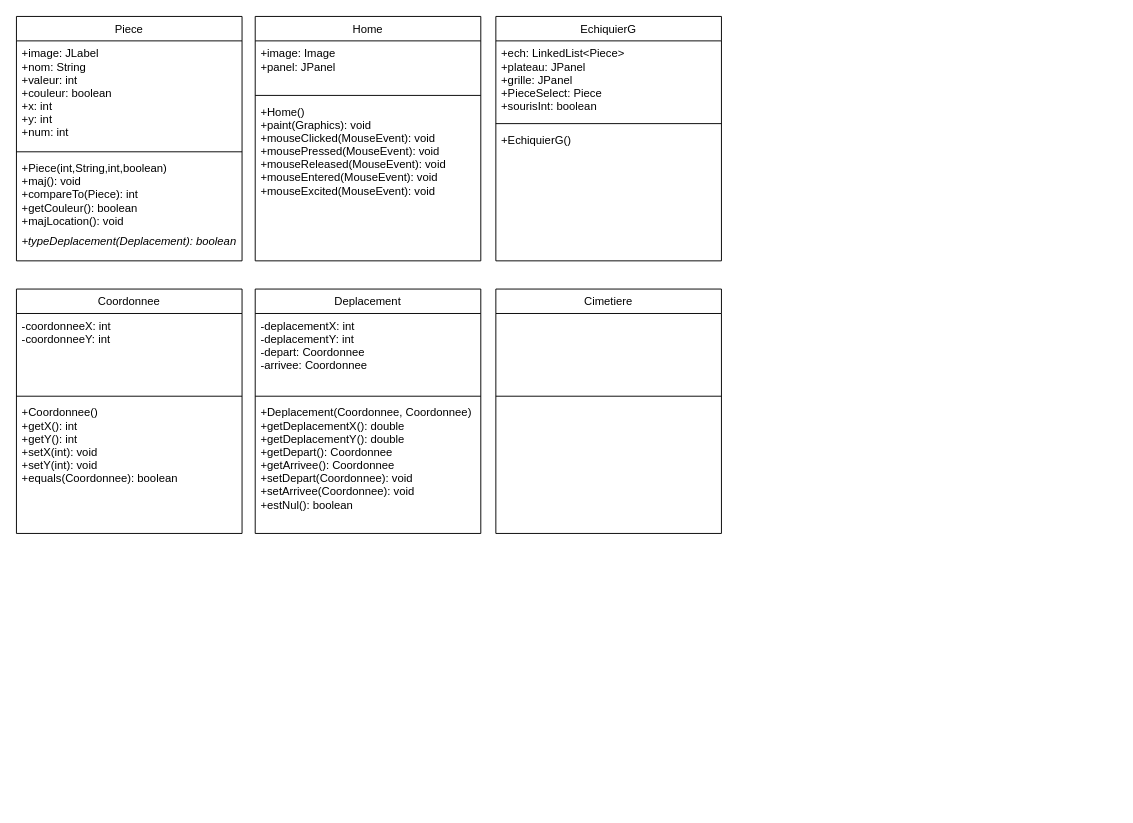
Before: Untitled Diagram.drawio in HillelPa/chess, a draw.io diagram. Source tidied: cells renumbered, new cells numbered last; positions are measured from the earlier drawing's top-left corner, leaving out a move shared by most shapes. Both pictures are drawn from the tidied source at 94%, with x=0, y=0 at pixel (16, 16).
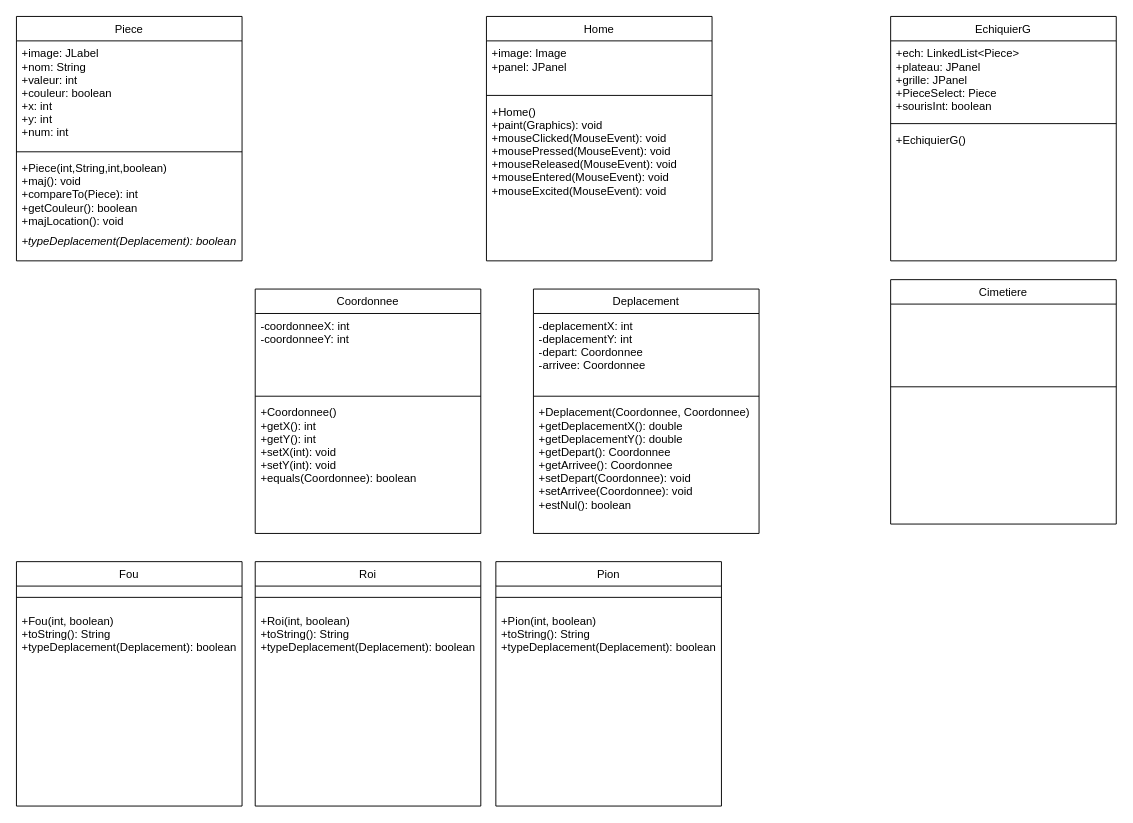
The same diagram, later.

What changed in the source:
```diff
@@
     <mxCell id="7" value="Home" style="swimlane;fontStyle=0;align=center;verticalAlign=top;horizontal=1;startSize=26;rounded=0;shadow=0;strokeWidth=1;" parent="1" vertex="1">
-      <mxGeometry x="254" width="240" height="260" as="geometry" />
+      <mxGeometry x="500" width="240" height="260" as="geometry" />
     </mxCell>
@@
     <mxCell id="11" value="EchiquierG" style="swimlane;fontStyle=0;align=center;verticalAlign=top;horizontal=1;startSize=26;rounded=0;shadow=0;strokeWidth=1;" parent="1" vertex="1">
-      <mxGeometry x="510" width="240" height="260" as="geometry" />
+      <mxGeometry x="930" width="240" height="260" as="geometry" />
     </mxCell>
@@
     <mxCell id="15" value="Coordonnee" style="swimlane;fontStyle=0;align=center;verticalAlign=top;horizontal=1;startSize=26;rounded=0;shadow=0;strokeWidth=1;" parent="1" vertex="1">
-      <mxGeometry y="290" width="240" height="260" as="geometry" />
+      <mxGeometry x="254" y="290" width="240" height="260" as="geometry" />
     </mxCell>
@@
     <mxCell id="19" value="Deplacement" style="swimlane;fontStyle=0;align=center;verticalAlign=top;horizontal=1;startSize=26;rounded=0;shadow=0;strokeWidth=1;" parent="1" vertex="1">
-      <mxGeometry x="254" y="290" width="240" height="260" as="geometry" />
+      <mxGeometry x="550" y="290" width="240" height="260" as="geometry" />
     </mxCell>
@@
     <mxCell id="23" value="Cimetiere" style="swimlane;fontStyle=0;align=center;verticalAlign=top;horizontal=1;startSize=26;rounded=0;shadow=0;strokeWidth=1;" parent="1" vertex="1">
-      <mxGeometry x="510" y="290" width="240" height="260" as="geometry" />
+      <mxGeometry x="930" y="280" width="240" height="260" as="geometry" />
     </mxCell>
@@
+    <mxCell id="26" value="Fou" style="swimlane;fontStyle=0;align=center;verticalAlign=top;horizontal=1;startSize=26;rounded=0;shadow=0;strokeWidth=1;" parent="1" vertex="1">
+      <mxGeometry y="580" width="240" height="260" as="geometry" />
+    </mxCell>
+    <mxCell id="27" style="line;html=1;strokeWidth=1;align=left;verticalAlign=middle;spacingTop=-1;spacingLeft=3;spacingRight=3;labelPosition=right;" parent="26" vertex="1">
+      <mxGeometry y="26" width="240" height="24" as="geometry" />
+    </mxCell>
+    <mxCell id="28" value="+Fou(int, boolean)&#10;+toString(): String&#10;+typeDeplacement(Deplacement): boolean&#10;" style="text;align=left;verticalAlign=top;spacingLeft=4;spacingRight=4;overflow=hidden;fontStyle=0;" parent="26" vertex="1">
+      <mxGeometry y="50" width="240" height="142" as="geometry" />
+    </mxCell>
+    <mxCell id="29" value="Roi" style="swimlane;fontStyle=0;align=center;verticalAlign=top;horizontal=1;startSize=26;rounded=0;shadow=0;strokeWidth=1;" parent="1" vertex="1">
+      <mxGeometry x="254" y="580" width="240" height="260" as="geometry" />
+    </mxCell>
+    <mxCell id="30" style="line;html=1;strokeWidth=1;align=left;verticalAlign=middle;spacingTop=-1;spacingLeft=3;spacingRight=3;labelPosition=right;" parent="29" vertex="1">
+      <mxGeometry y="26" width="240" height="24" as="geometry" />
+    </mxCell>
+    <mxCell id="31" value="+Roi(int, boolean)&#10;+toString(): String&#10;+typeDeplacement(Deplacement): boolean&#10;" style="text;align=left;verticalAlign=top;spacingLeft=4;spacingRight=4;overflow=hidden;fontStyle=0;" parent="29" vertex="1">
+      <mxGeometry y="50" width="240" height="142" as="geometry" />
+    </mxCell>
+    <mxCell id="32" value="Pion" style="swimlane;fontStyle=0;align=center;verticalAlign=top;horizontal=1;startSize=26;rounded=0;shadow=0;strokeWidth=1;" parent="1" vertex="1">
+      <mxGeometry x="510" y="580" width="240" height="260" as="geometry" />
+    </mxCell>
+    <mxCell id="33" style="line;html=1;strokeWidth=1;align=left;verticalAlign=middle;spacingTop=-1;spacingLeft=3;spacingRight=3;labelPosition=right;" parent="32" vertex="1">
+      <mxGeometry y="26" width="240" height="24" as="geometry" />
+    </mxCell>
+    <mxCell id="34" value="+Pion(int, boolean)&#10;+toString(): String&#10;+typeDeplacement(Deplacement): boolean&#10;" style="text;align=left;verticalAlign=top;spacingLeft=4;spacingRight=4;overflow=hidden;fontStyle=0;" parent="32" vertex="1">
+      <mxGeometry y="50" width="240" height="142" as="geometry" />
+    </mxCell>
```
